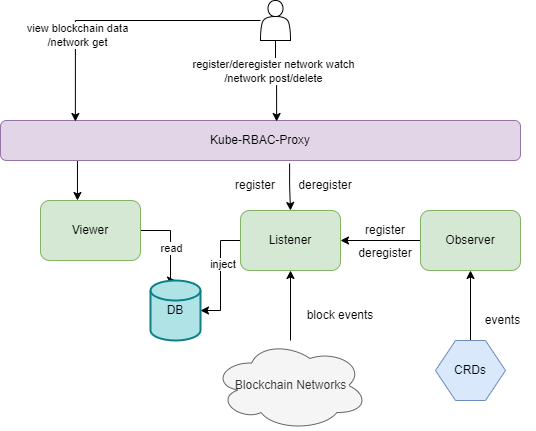
bestchains/bc-explorer keeps this draw.io diagram as doc/images/arch.png. Above is the earlier version. Source tidied: cells renumbered, new cells last; positions are measured from the earlier drawing's top-left corner, leaving out a move shared by most shapes. Its diagram source:
```xml
<mxGraphModel>
  <root>
    <mxCell id="0" />
    <mxCell id="1" parent="0" />
    <mxCell id="2" style="edgeStyle=orthogonalEdgeStyle;rounded=0;html=1;entryX=1;entryY=0.5;entryDx=0;entryDy=0;" parent="1" edge="1" source="3" target="8">
      <mxGeometry relative="1" as="geometry" />
    </mxCell>
    <mxCell id="3" value="Observer" style="rounded=1;whiteSpace=wrap;html=1;fillColor=#d5e8d4;strokeColor=#82b366;" parent="1" vertex="1">
      <mxGeometry x="420" y="210" width="100" height="60" as="geometry" />
    </mxCell>
    <mxCell id="4" style="edgeStyle=orthogonalEdgeStyle;rounded=0;html=1;entryX=0.5;entryY=1;entryDx=0;entryDy=0;fontSize=12;" parent="1" edge="1" source="5" target="3">
      <mxGeometry relative="1" as="geometry" />
    </mxCell>
    <mxCell id="5" value="CRDs" style="shape=hexagon;perimeter=hexagonPerimeter2;whiteSpace=wrap;html=1;fixedSize=1;fillColor=#dae8fc;strokeColor=#6c8ebf;" parent="1" vertex="1">
      <mxGeometry x="435" y="340" width="70" height="60" as="geometry" />
    </mxCell>
    <mxCell id="6" style="edgeStyle=orthogonalEdgeStyle;rounded=0;html=1;entryX=1;entryY=0.5;entryDx=0;entryDy=0;entryPerimeter=0;" parent="1" edge="1" source="8" target="17">
      <mxGeometry relative="1" as="geometry" />
    </mxCell>
    <mxCell id="7" value="inject&amp;nbsp;" style="edgeLabel;html=1;align=center;verticalAlign=middle;" parent="6" vertex="1">
      <mxGeometry x="-0.22" y="3" relative="1" as="geometry" />
    </mxCell>
    <mxCell id="8" value="Listener" style="rounded=1;whiteSpace=wrap;html=1;fillColor=#d5e8d4;strokeColor=#82b366;" parent="1" vertex="1">
      <mxGeometry x="240" y="210" width="100" height="60" as="geometry" />
    </mxCell>
    <mxCell id="9" style="edgeStyle=orthogonalEdgeStyle;rounded=0;html=1;entryX=0.5;entryY=1;entryDx=0;entryDy=0;fontSize=12;" parent="1" edge="1" source="10" target="8">
      <mxGeometry relative="1" as="geometry" />
    </mxCell>
    <mxCell id="10" value="Blockchain Networks" style="ellipse;shape=cloud;whiteSpace=wrap;html=1;fillColor=#f5f5f5;fontColor=#333333;strokeColor=#666666;" parent="1" vertex="1">
      <mxGeometry x="212.5" y="340" width="155" height="90" as="geometry" />
    </mxCell>
    <mxCell id="11" style="edgeStyle=orthogonalEdgeStyle;rounded=0;html=1;entryX=0.5;entryY=0;entryDx=0;entryDy=0;entryPerimeter=0;" parent="1" edge="1" source="13" target="17">
      <mxGeometry relative="1" as="geometry">
        <Array as="points">
          <mxPoint x="170" y="230" />
        </Array>
      </mxGeometry>
    </mxCell>
    <mxCell id="12" value="read" style="edgeLabel;html=1;align=center;verticalAlign=middle;" parent="11" vertex="1">
      <mxGeometry x="0.1" relative="1" as="geometry" />
    </mxCell>
    <mxCell id="13" value="Viewer" style="rounded=1;whiteSpace=wrap;html=1;shadow=0;glass=0;fillColor=#d5e8d4;strokeColor=#82b366;" parent="1" vertex="1">
      <mxGeometry x="40" y="200" width="100" height="60" as="geometry" />
    </mxCell>
    <mxCell id="14" style="edgeStyle=orthogonalEdgeStyle;rounded=0;html=1;exitX=0.148;exitY=1;exitDx=0;exitDy=0;exitPerimeter=0;" parent="1" edge="1" source="16" target="13">
      <mxGeometry relative="1" as="geometry">
        <Array as="points">
          <mxPoint x="77" y="200" />
          <mxPoint x="77" y="200" />
        </Array>
      </mxGeometry>
    </mxCell>
    <mxCell id="15" style="edgeStyle=orthogonalEdgeStyle;rounded=0;html=1;entryX=0.5;entryY=0;entryDx=0;entryDy=0;exitX=0.556;exitY=1.075;exitDx=0;exitDy=0;exitPerimeter=0;" parent="1" edge="1" source="16" target="8">
      <mxGeometry relative="1" as="geometry" />
    </mxCell>
    <mxCell id="16" value="Kube-RBAC-Proxy" style="rounded=1;whiteSpace=wrap;html=1;fillColor=#e1d5e7;strokeColor=#9673a6;" parent="1" vertex="1">
      <mxGeometry y="120" width="520" height="40" as="geometry" />
    </mxCell>
    <mxCell id="17" value="DB" style="strokeWidth=2;html=1;shape=mxgraph.flowchart.database;whiteSpace=wrap;fillColor=#b0e3e6;strokeColor=#0e8088;" parent="1" vertex="1">
      <mxGeometry x="150" y="280" width="50" height="60" as="geometry" />
    </mxCell>
    <mxCell id="18" style="edgeStyle=orthogonalEdgeStyle;rounded=0;html=1;entryX=0.144;entryY=0.025;entryDx=0;entryDy=0;entryPerimeter=0;" parent="1" edge="1" source="22" target="16">
      <mxGeometry relative="1" as="geometry">
        <Array as="points">
          <mxPoint x="75" y="20" />
        </Array>
      </mxGeometry>
    </mxCell>
    <mxCell id="19" value="view blockchain data&lt;br&gt;/network get" style="edgeLabel;html=1;align=center;verticalAlign=middle;" parent="18" vertex="1">
      <mxGeometry x="0.4" y="2" relative="1" as="geometry" />
    </mxCell>
    <mxCell id="20" style="edgeStyle=orthogonalEdgeStyle;rounded=0;html=1;entryX=0.531;entryY=0.025;entryDx=0;entryDy=0;entryPerimeter=0;" parent="1" edge="1" source="22" target="16">
      <mxGeometry relative="1" as="geometry">
        <Array as="points">
          <mxPoint x="275" y="80" />
          <mxPoint x="276" y="80" />
        </Array>
      </mxGeometry>
    </mxCell>
    <mxCell id="21" value="register/deregister network watch&lt;br&gt;/network post/delete" style="edgeLabel;html=1;align=center;verticalAlign=middle;" parent="20" vertex="1">
      <mxGeometry x="-0.27" y="-3" relative="1" as="geometry" />
    </mxCell>
    <mxCell id="22" style="shape=actor;whiteSpace=wrap;html=1;shadow=0;glass=0;sketch=0;" parent="1" vertex="1">
      <mxGeometry x="260" width="30" height="40" as="geometry" />
    </mxCell>
    <mxCell id="23" value="register" style="text;strokeColor=none;align=center;fillColor=none;html=1;verticalAlign=middle;whiteSpace=wrap;rounded=0;shadow=0;glass=0;sketch=0;" parent="1" vertex="1">
      <mxGeometry x="350" y="225" width="70" height="10" as="geometry" />
    </mxCell>
    <mxCell id="24" value="deregister" style="text;strokeColor=none;align=center;fillColor=none;html=1;verticalAlign=middle;whiteSpace=wrap;rounded=0;shadow=0;glass=0;sketch=0;" parent="1" vertex="1">
      <mxGeometry x="290" y="180" width="70" height="10" as="geometry" />
    </mxCell>
    <mxCell id="25" value="deregister" style="text;strokeColor=none;align=center;fillColor=none;html=1;verticalAlign=middle;whiteSpace=wrap;rounded=0;shadow=0;glass=0;sketch=0;" parent="1" vertex="1">
      <mxGeometry x="350" y="245" width="70" height="15" as="geometry" />
    </mxCell>
    <mxCell id="26" value="register" style="text;strokeColor=none;align=center;fillColor=none;html=1;verticalAlign=middle;whiteSpace=wrap;rounded=0;shadow=0;glass=0;sketch=0;" parent="1" vertex="1">
      <mxGeometry x="220" y="177.5" width="70" height="15" as="geometry" />
    </mxCell>
    <mxCell id="27" value="block events" style="text;strokeColor=none;align=center;fillColor=none;html=1;verticalAlign=middle;whiteSpace=wrap;rounded=0;shadow=0;glass=0;sketch=0;" parent="1" vertex="1">
      <mxGeometry x="290" y="310" width="100" height="10" as="geometry" />
    </mxCell>
    <mxCell id="28" value="events" style="text;strokeColor=none;align=center;fillColor=none;html=1;verticalAlign=middle;whiteSpace=wrap;rounded=0;shadow=0;glass=0;sketch=0;" parent="1" vertex="1">
      <mxGeometry x="470" y="310" width="65" height="20" as="geometry" />
    </mxCell>
  </root>
</mxGraphModel>
```
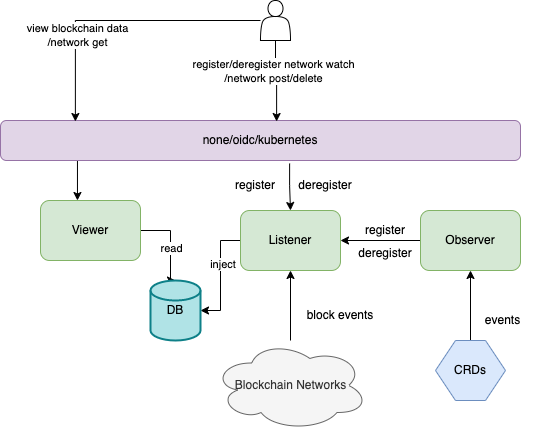
Above is the later version.

Commit message:
docs: update bc-explorer arch image

What changed in the source:
```diff
@@ -53,7 +53,7 @@
     <mxCell id="15" style="edgeStyle=orthogonalEdgeStyle;rounded=0;html=1;entryX=0.5;entryY=0;entryDx=0;entryDy=0;exitX=0.556;exitY=1.075;exitDx=0;exitDy=0;exitPerimeter=0;" parent="1" edge="1" source="16" target="8">
       <mxGeometry relative="1" as="geometry" />
     </mxCell>
-    <mxCell id="16" value="Kube-RBAC-Proxy" style="rounded=1;whiteSpace=wrap;html=1;fillColor=#e1d5e7;strokeColor=#9673a6;" parent="1" vertex="1">
+    <mxCell id="16" value="none/oidc/kubernetes" style="rounded=1;whiteSpace=wrap;html=1;fillColor=#e1d5e7;strokeColor=#9673a6;" parent="1" vertex="1">
       <mxGeometry y="120" width="520" height="40" as="geometry" />
     </mxCell>
     <mxCell id="17" value="DB" style="strokeWidth=2;html=1;shape=mxgraph.flowchart.database;whiteSpace=wrap;fillColor=#b0e3e6;strokeColor=#0e8088;" parent="1" vertex="1">
```
